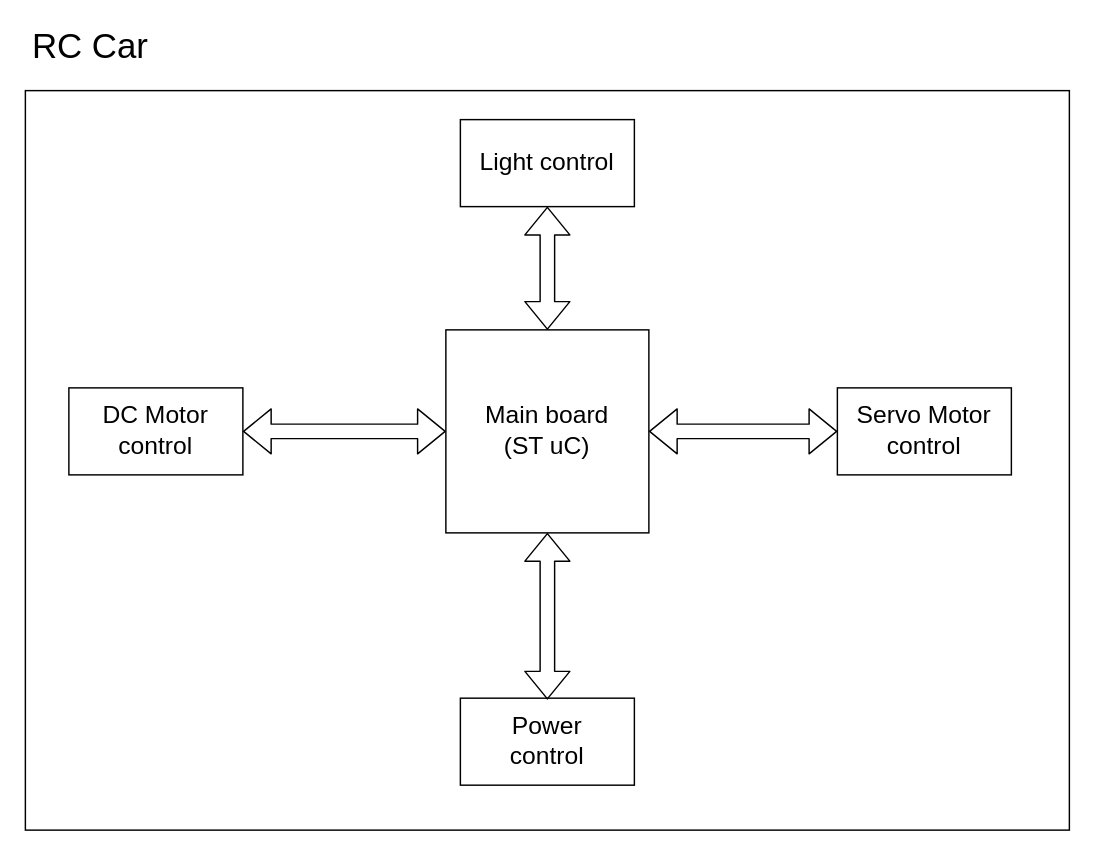
The draw.io diagram Schematic/high_level_project_schematic.drawio in BVezsenyi/RC_Car, before the edit. Source tidied: cells renumbered, new cells numbered last; positions are measured from the earlier drawing's top-left corner, leaving out a move shared by most shapes. Both pictures are drawn from the tidied source at 145%, with x=0, y=0 at pixel (25, 25).
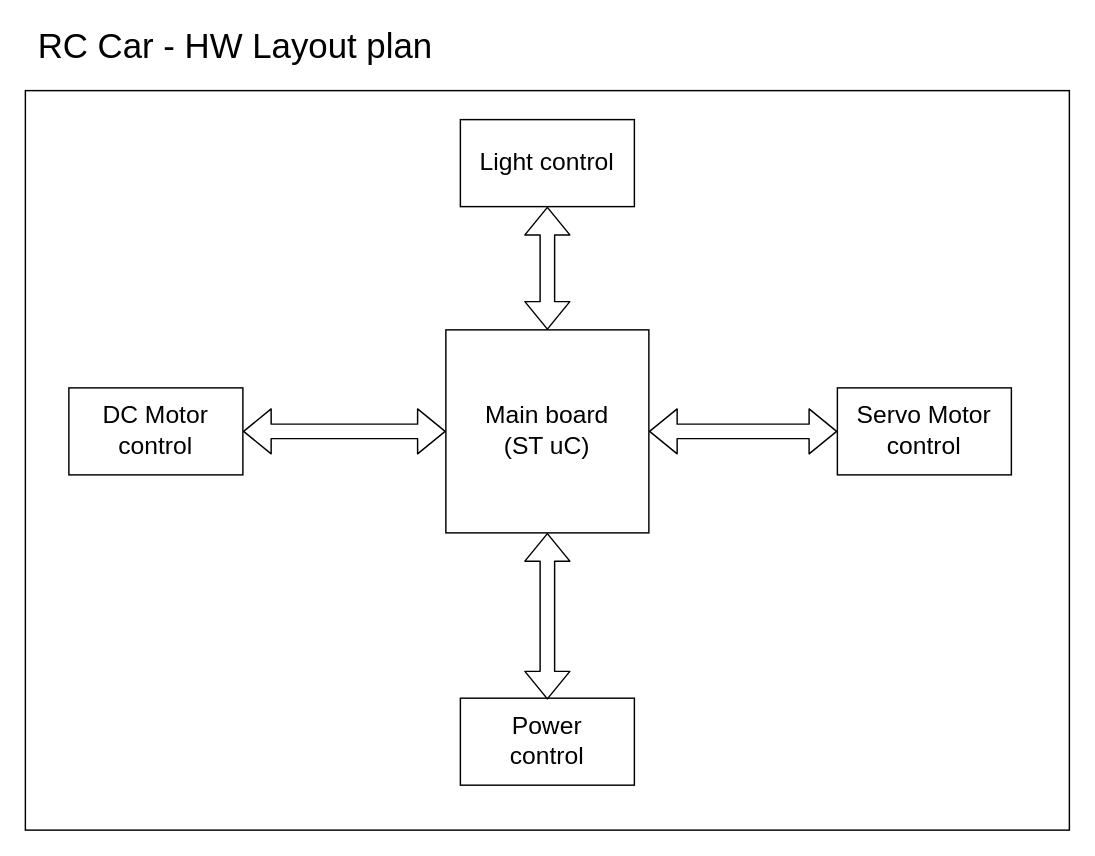
Above is the later version.

The edit, as a diff of the source:
```diff
@@
 <mxGraphModel>
   <root>
     <mxCell id="0" />
     <mxCell id="1" parent="0" />
     <mxCell id="2" style="rounded=0;whiteSpace=wrap;html=1;" parent="1" vertex="1">
       <mxGeometry y="45" width="720" height="510" as="geometry" />
     </mxCell>
-    <mxCell id="3" value="&lt;font style=&quot;font-size: 24px&quot;&gt;RC Car&lt;/font&gt;" style="text;html=1;strokeColor=none;fillColor=none;align=center;verticalAlign=middle;whiteSpace=wrap;rounded=0;" parent="1" vertex="1">
-      <mxGeometry width="90" height="30" as="geometry" />
+    <mxCell id="3" value="&lt;font style=&quot;font-size: 24px&quot;&gt;RC Car - HW Layout plan&lt;/font&gt;" style="text;html=1;strokeColor=none;fillColor=none;align=center;verticalAlign=middle;whiteSpace=wrap;rounded=0;" parent="1" vertex="1">
+      <mxGeometry width="290" height="30" as="geometry" />
     </mxCell>
     <mxCell id="4" style="whiteSpace=wrap;html=1;" parent="1" vertex="1">
       <mxGeometry x="290" y="210" width="140" height="140" as="geometry" />
     </mxCell>
     <mxCell id="5" value="&lt;span style=&quot;font-size: 17px&quot;&gt;Main board&lt;br&gt;(ST uC)&lt;br&gt;&lt;/span&gt;" style="text;html=1;strokeColor=none;fillColor=none;align=center;verticalAlign=middle;whiteSpace=wrap;rounded=0;" parent="1" vertex="1">
       <mxGeometry x="310" y="260" width="100" height="40" as="geometry" />
     </mxCell>
     <mxCell id="6" style="rounded=0;whiteSpace=wrap;html=1;" parent="1" vertex="1">
       <mxGeometry x="300" y="65" width="120" height="60" as="geometry" />
     </mxCell>
     <mxCell id="7" value="&lt;font style=&quot;font-size: 17px&quot;&gt;Light control&lt;/font&gt;" style="text;html=1;strokeColor=none;fillColor=none;align=center;verticalAlign=middle;whiteSpace=wrap;rounded=0;" parent="1" vertex="1">
       <mxGeometry x="310" y="75" width="100" height="40" as="geometry" />
     </mxCell>
     <mxCell id="8" style="rounded=0;whiteSpace=wrap;html=1;" parent="1" vertex="1">
       <mxGeometry x="30" y="250" width="120" height="60" as="geometry" />
     </mxCell>
     <mxCell id="9" value="&lt;font style=&quot;font-size: 17px&quot;&gt;DC Motor control&lt;/font&gt;" style="text;html=1;strokeColor=none;fillColor=none;align=center;verticalAlign=middle;whiteSpace=wrap;rounded=0;" parent="1" vertex="1">
       <mxGeometry x="40" y="260" width="100" height="40" as="geometry" />
     </mxCell>
     <mxCell id="10" style="shape=flexArrow;endArrow=classic;startArrow=classic;html=1;entryX=0;entryY=0.5;entryDx=0;entryDy=0;exitX=1;exitY=0.5;exitDx=0;exitDy=0;" parent="1" edge="1" source="8" target="4">
       <mxGeometry relative="1" as="geometry" />
     </mxCell>
     <mxCell id="11" style="rounded=0;whiteSpace=wrap;html=1;" parent="1" vertex="1">
       <mxGeometry x="560" y="250" width="120" height="60" as="geometry" />
     </mxCell>
     <mxCell id="12" value="&lt;font style=&quot;font-size: 17px&quot;&gt;Servo Motor control&lt;/font&gt;" style="text;html=1;strokeColor=none;fillColor=none;align=center;verticalAlign=middle;whiteSpace=wrap;rounded=0;" parent="1" vertex="1">
       <mxGeometry x="570" y="260" width="100" height="40" as="geometry" />
     </mxCell>
     <mxCell id="13" style="shape=flexArrow;endArrow=classic;startArrow=classic;html=1;entryX=0;entryY=0.5;entryDx=0;entryDy=0;exitX=1;exitY=0.5;exitDx=0;exitDy=0;" parent="1" edge="1" source="4" target="11">
       <mxGeometry relative="1" as="geometry" />
     </mxCell>
     <mxCell id="14" style="rounded=0;whiteSpace=wrap;html=1;" parent="1" vertex="1">
       <mxGeometry x="300" y="464" width="120" height="60" as="geometry" />
     </mxCell>
     <mxCell id="15" value="&lt;font style=&quot;font-size: 17px&quot;&gt;Power control&lt;/font&gt;" style="text;html=1;strokeColor=none;fillColor=none;align=center;verticalAlign=middle;whiteSpace=wrap;rounded=0;" parent="1" vertex="1">
       <mxGeometry x="310" y="474" width="100" height="40" as="geometry" />
     </mxCell>
     <mxCell id="16" style="shape=flexArrow;endArrow=classic;startArrow=classic;html=1;entryX=0.5;entryY=1;entryDx=0;entryDy=0;" parent="1" edge="1" target="4">
       <mxGeometry relative="1" as="geometry">
         <mxPoint x="360" y="465" as="sourcePoint" />
       </mxGeometry>
     </mxCell>
     <mxCell id="17" style="shape=flexArrow;endArrow=classic;startArrow=classic;html=1;entryX=0.5;entryY=1;entryDx=0;entryDy=0;" parent="1" edge="1" source="4" target="6">
       <mxGeometry relative="1" as="geometry" />
     </mxCell>
   </root>
 </mxGraphModel>
```
